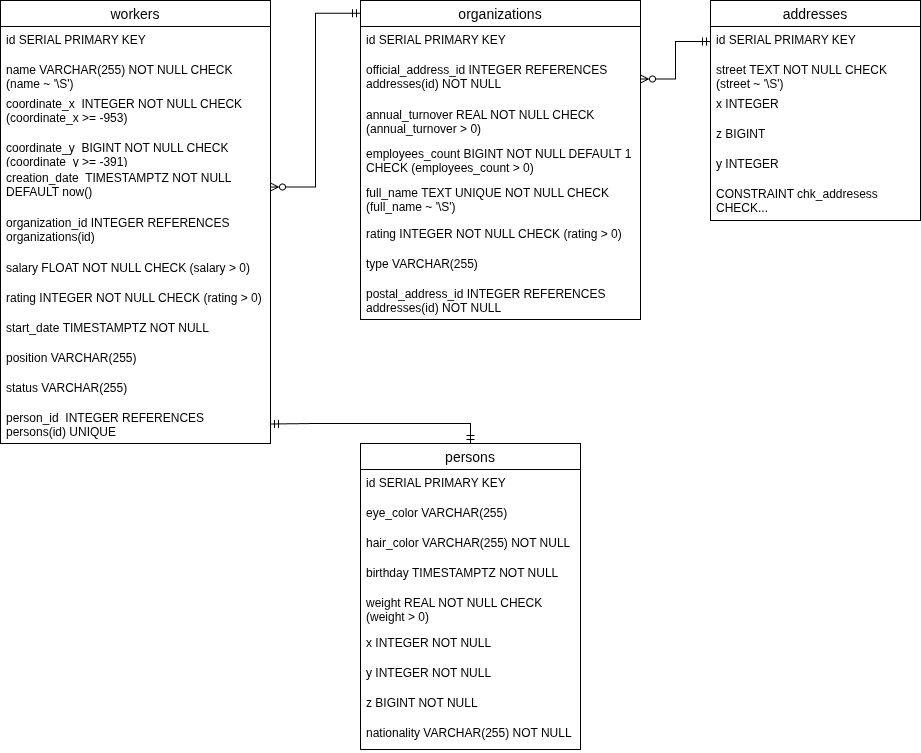
Earlier version of the draw.io export docs/diagram.drawio.png (vodobryshkin/is-lab1). Source tidied: cells renumbered, new cells last; positions are measured from the earlier drawing's top-left corner, leaving out a move shared by most shapes.
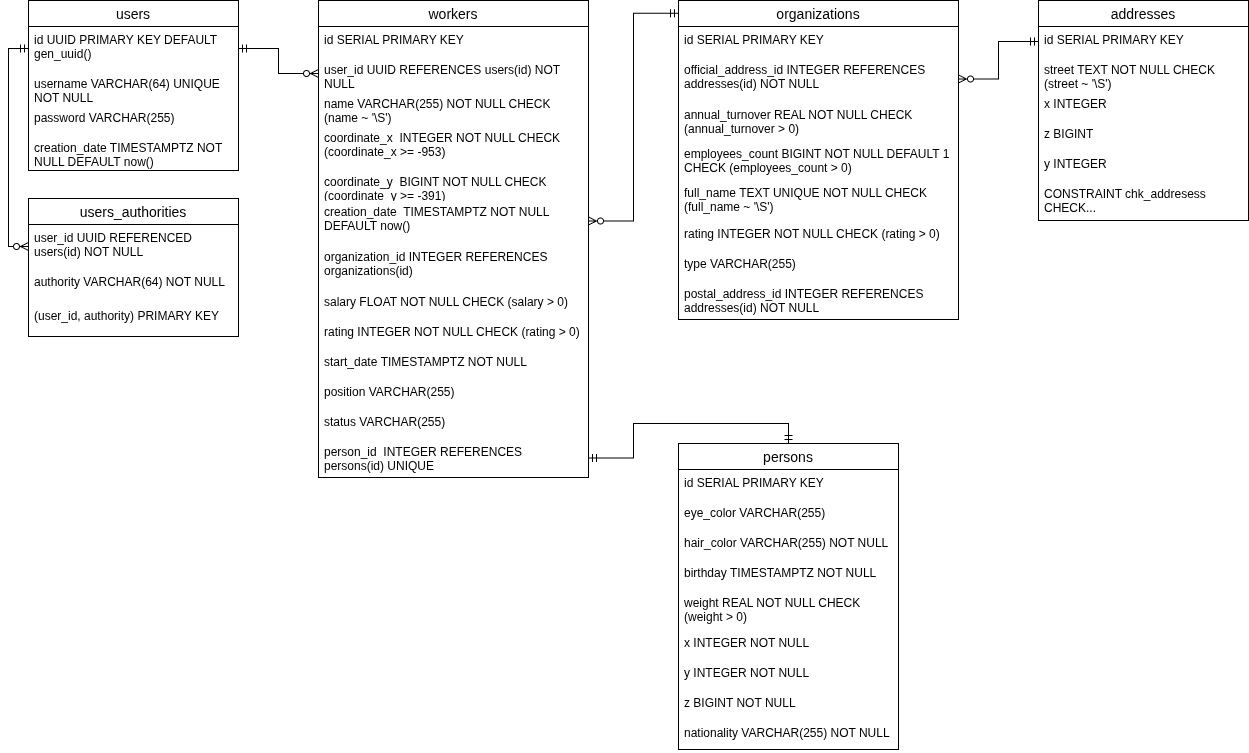
Later version of the same file.

Commit message:
Updated the schema: added a table for users and their permissions.

What changed in the source:
```diff
@@ -36,43 +36,46 @@
       <mxGeometry y="276" width="220" height="30" as="geometry" />
     </mxCell>
     <mxCell id="13" value="workers" style="swimlane;fontStyle=0;horizontal=1;startSize=26;align=center;fontSize=14;" parent="1" vertex="1">
-      <mxGeometry width="270" height="443" as="geometry" />
+      <mxGeometry width="270" height="477" as="geometry" />
     </mxCell>
     <mxCell id="14" value="id SERIAL PRIMARY KEY" style="text;strokeColor=none;fillColor=none;spacingLeft=4;spacingRight=4;overflow=hidden;fontSize=12;whiteSpace=wrap;html=1;" parent="13" vertex="1">
       <mxGeometry y="26" width="270" height="30" as="geometry" />
     </mxCell>
+    <mxCell id="44" value="user_id UUID REFERENCES users(id) NOT NULL" style="text;strokeColor=none;fillColor=none;spacingLeft=4;spacingRight=4;overflow=hidden;points=[[0,0.5],[1,0.5]];portConstraint=eastwest;fontSize=12;whiteSpace=wrap;html=1;" parent="13" vertex="1">
+      <mxGeometry y="56" width="270" height="34" as="geometry" />
+    </mxCell>
     <mxCell id="15" value="name VARCHAR(255) NOT NULL CHECK (name ~ '\S')" style="text;strokeColor=none;fillColor=none;spacingLeft=4;spacingRight=4;overflow=hidden;fontSize=12;whiteSpace=wrap;html=1;" parent="13" vertex="1">
-      <mxGeometry y="56" width="270" height="34" as="geometry" />
+      <mxGeometry y="90" width="270" height="34" as="geometry" />
     </mxCell>
     <mxCell id="16" value="coordinate_x&amp;nbsp; INTEGER NOT NULL CHECK (coordinate_x &amp;gt;= -953)" style="text;strokeColor=none;fillColor=none;spacingLeft=4;spacingRight=4;overflow=hidden;fontSize=12;whiteSpace=wrap;html=1;" parent="13" vertex="1">
-      <mxGeometry y="90" width="270" height="44" as="geometry" />
+      <mxGeometry y="124" width="270" height="44" as="geometry" />
     </mxCell>
     <mxCell id="17" value="coordinate_y&amp;nbsp; BIGINT NOT NULL CHECK (coordinate_y &amp;gt;= -391)" style="text;strokeColor=none;fillColor=none;spacingLeft=4;spacingRight=4;overflow=hidden;fontSize=12;whiteSpace=wrap;html=1;" parent="13" vertex="1">
-      <mxGeometry y="134" width="270" height="30" as="geometry" />
+      <mxGeometry y="168" width="270" height="30" as="geometry" />
     </mxCell>
     <mxCell id="18" value="creation_date&amp;nbsp; TIMESTAMPTZ NOT NULL DEFAULT now()" style="text;strokeColor=none;fillColor=none;spacingLeft=4;spacingRight=4;overflow=hidden;points=[[0,0.5],[1,0.5]];portConstraint=eastwest;fontSize=12;whiteSpace=wrap;html=1;" parent="13" vertex="1">
-      <mxGeometry y="164" width="270" height="45" as="geometry" />
+      <mxGeometry y="198" width="270" height="45" as="geometry" />
     </mxCell>
     <mxCell id="19" value="organization_id INTEGER REFERENCES organizations(id)" style="text;strokeColor=none;fillColor=none;spacingLeft=4;spacingRight=4;overflow=hidden;fontSize=12;whiteSpace=wrap;html=1;" parent="13" vertex="1">
-      <mxGeometry y="209" width="270" height="45" as="geometry" />
+      <mxGeometry y="243" width="270" height="45" as="geometry" />
     </mxCell>
     <mxCell id="20" value="salary FLOAT NOT NULL CHECK (salary &amp;gt; 0)" style="text;strokeColor=none;fillColor=none;spacingLeft=4;spacingRight=4;overflow=hidden;fontSize=12;whiteSpace=wrap;html=1;" parent="13" vertex="1">
-      <mxGeometry y="254" width="270" height="30" as="geometry" />
+      <mxGeometry y="288" width="270" height="30" as="geometry" />
     </mxCell>
     <mxCell id="21" value="rating INTEGER NOT NULL CHECK (rating &amp;gt; 0)" style="text;strokeColor=none;fillColor=none;spacingLeft=4;spacingRight=4;overflow=hidden;fontSize=12;whiteSpace=wrap;html=1;" parent="13" vertex="1">
-      <mxGeometry y="284" width="270" height="30" as="geometry" />
+      <mxGeometry y="318" width="270" height="30" as="geometry" />
     </mxCell>
     <mxCell id="22" value="start_date&amp;nbsp;TIMESTAMPTZ&amp;nbsp;NOT NULL" style="text;strokeColor=none;fillColor=none;spacingLeft=4;spacingRight=4;overflow=hidden;fontSize=12;whiteSpace=wrap;html=1;" parent="13" vertex="1">
-      <mxGeometry y="314" width="270" height="30" as="geometry" />
+      <mxGeometry y="348" width="270" height="30" as="geometry" />
     </mxCell>
     <mxCell id="23" value="position VARCHAR(255)" style="text;strokeColor=none;fillColor=none;spacingLeft=4;spacingRight=4;overflow=hidden;fontSize=12;whiteSpace=wrap;html=1;" parent="13" vertex="1">
-      <mxGeometry y="344" width="270" height="30" as="geometry" />
+      <mxGeometry y="378" width="270" height="30" as="geometry" />
     </mxCell>
     <mxCell id="24" value="status VARCHAR(255)" style="text;strokeColor=none;fillColor=none;spacingLeft=4;spacingRight=4;overflow=hidden;fontSize=12;whiteSpace=wrap;html=1;" parent="13" vertex="1">
-      <mxGeometry y="374" width="270" height="30" as="geometry" />
+      <mxGeometry y="408" width="270" height="30" as="geometry" />
     </mxCell>
     <mxCell id="25" value="person_id&amp;nbsp; INTEGER REFERENCES persons(id) UNIQUE" style="text;strokeColor=none;fillColor=none;spacingLeft=4;spacingRight=4;overflow=hidden;points=[[0,0.5],[1,0.5]];portConstraint=eastwest;fontSize=12;whiteSpace=wrap;html=1;" parent="13" vertex="1">
-      <mxGeometry y="404" width="270" height="39" as="geometry" />
+      <mxGeometry y="438" width="270" height="39" as="geometry" />
     </mxCell>
     <mxCell id="26" value="organizations" style="swimlane;fontStyle=0;horizontal=1;startSize=26;align=center;fontSize=14;" parent="1" vertex="1">
       <mxGeometry x="360" width="280" height="319" as="geometry" />
@@ -102,7 +105,7 @@
       <mxGeometry y="280" width="280" height="39" as="geometry" />
     </mxCell>
     <mxCell id="35" value="addresses" style="swimlane;fontStyle=0;horizontal=1;startSize=26;align=center;fontSize=14;" parent="1" vertex="1">
-      <mxGeometry x="710" width="210" height="220" as="geometry" />
+      <mxGeometry x="720" width="210" height="220" as="geometry" />
     </mxCell>
     <mxCell id="36" value="id SERIAL PRIMARY KEY" style="text;strokeColor=none;fillColor=none;spacingLeft=4;spacingRight=4;overflow=hidden;points=[[0,0.5],[1,0.5]];portConstraint=eastwest;fontSize=12;whiteSpace=wrap;html=1;" parent="35" vertex="1">
       <mxGeometry y="26" width="210" height="30" as="geometry" />
@@ -128,5 +131,38 @@
     <mxCell id="43" style="edgeStyle=orthogonalEdgeStyle;rounded=0;jettySize=auto;html=1;exitX=1;exitY=0.5;exitDx=0;exitDy=0;entryX=0;entryY=0.5;entryDx=0;entryDy=0;endArrow=ERmandOne;endFill=0;startArrow=ERzeroToMany;startFill=0;" parent="1" edge="1" source="28" target="36">
       <mxGeometry relative="1" as="geometry" />
     </mxCell>
+    <mxCell id="45" value="users" style="swimlane;fontStyle=0;horizontal=1;startSize=26;align=center;fontSize=14;" parent="1" vertex="1">
+      <mxGeometry x="-290" width="210" height="170" as="geometry" />
+    </mxCell>
+    <mxCell id="46" value="id UUID PRIMARY KEY DEFAULT gen_uuid()" style="text;strokeColor=none;fillColor=none;spacingLeft=4;spacingRight=4;overflow=hidden;points=[[0,0.5],[1,0.5]];portConstraint=eastwest;fontSize=12;whiteSpace=wrap;html=1;" parent="45" vertex="1">
+      <mxGeometry y="26" width="210" height="44" as="geometry" />
+    </mxCell>
+    <mxCell id="47" value="username VARCHAR(64) UNIQUE NOT NULL" style="text;strokeColor=none;fillColor=none;spacingLeft=4;spacingRight=4;overflow=hidden;fontSize=12;whiteSpace=wrap;html=1;" parent="45" vertex="1">
+      <mxGeometry y="70" width="210" height="34" as="geometry" />
+    </mxCell>
+    <mxCell id="48" value="password VARCHAR(255)" style="text;strokeColor=none;fillColor=none;spacingLeft=4;spacingRight=4;overflow=hidden;fontSize=12;whiteSpace=wrap;html=1;" parent="45" vertex="1">
+      <mxGeometry y="104" width="210" height="30" as="geometry" />
+    </mxCell>
+    <mxCell id="49" value="creation_date TIMESTAMPTZ NOT NULL DEFAULT now()" style="text;strokeColor=none;fillColor=none;spacingLeft=4;spacingRight=4;overflow=hidden;fontSize=12;whiteSpace=wrap;html=1;" parent="45" vertex="1">
+      <mxGeometry y="134" width="210" height="36" as="geometry" />
+    </mxCell>
+    <mxCell id="50" style="edgeStyle=orthogonalEdgeStyle;rounded=0;jettySize=auto;html=1;exitX=1;exitY=0.5;exitDx=0;exitDy=0;entryX=0;entryY=0.5;entryDx=0;entryDy=0;endArrow=ERzeroToMany;endFill=0;startArrow=ERmandOne;startFill=0;" parent="1" edge="1" source="46" target="44">
+      <mxGeometry relative="1" as="geometry" />
+    </mxCell>
+    <mxCell id="51" value="users_authorities" style="swimlane;fontStyle=0;horizontal=1;startSize=26;align=center;fontSize=14;" parent="1" vertex="1">
+      <mxGeometry x="-290" y="198" width="210" height="138" as="geometry" />
+    </mxCell>
+    <mxCell id="52" value="user_id UUID REFERENCED users(id) NOT NULL" style="text;strokeColor=none;fillColor=none;spacingLeft=4;spacingRight=4;overflow=hidden;points=[[0,0.5],[1,0.5]];portConstraint=eastwest;fontSize=12;whiteSpace=wrap;html=1;" parent="51" vertex="1">
+      <mxGeometry y="26" width="210" height="44" as="geometry" />
+    </mxCell>
+    <mxCell id="53" value="authority VARCHAR(64) NOT NULL" style="text;strokeColor=none;fillColor=none;spacingLeft=4;spacingRight=4;overflow=hidden;fontSize=12;whiteSpace=wrap;html=1;" parent="51" vertex="1">
+      <mxGeometry y="70" width="210" height="34" as="geometry" />
+    </mxCell>
+    <mxCell id="54" value="(user_id, authority) PRIMARY KEY" style="text;strokeColor=none;fillColor=none;spacingLeft=4;spacingRight=4;overflow=hidden;fontSize=12;whiteSpace=wrap;html=1;" parent="51" vertex="1">
+      <mxGeometry y="104" width="210" height="34" as="geometry" />
+    </mxCell>
+    <mxCell id="55" style="edgeStyle=orthogonalEdgeStyle;rounded=0;jettySize=auto;html=1;exitX=0;exitY=0.5;exitDx=0;exitDy=0;entryX=0;entryY=0.5;entryDx=0;entryDy=0;startArrow=ERmandOne;startFill=0;endArrow=ERzeroToMany;endFill=0;" parent="1" edge="1" source="46" target="52">
+      <mxGeometry relative="1" as="geometry" />
+    </mxCell>
   </root>
 </mxGraphModel>
```
